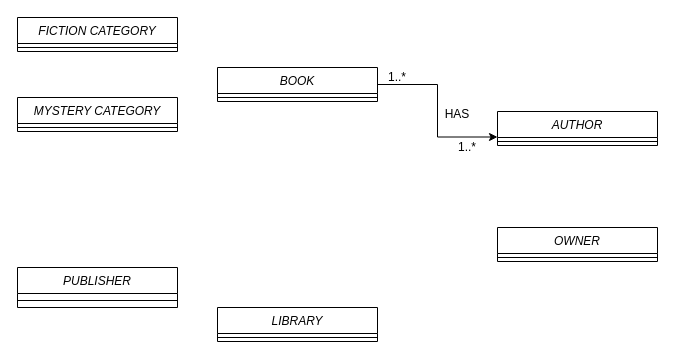
TanCheeHon/Week2ClassDiagram keeps this draw.io diagram as Week2Q3.drawio. Above is the earlier version. Source tidied: cells renumbered, new cells numbered last; positions are measured from the earlier drawing's top-left corner, leaving out a move shared by most shapes. Both pictures are drawn from the tidied source at 100%, with x=0, y=0 at pixel (17, 17).
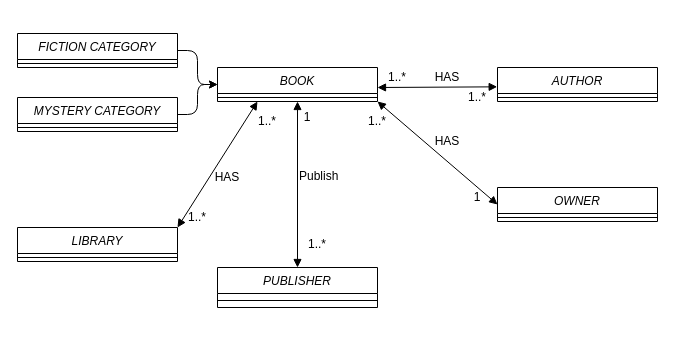
The same page after the edit.

The change refers to these unchanged cells:
```xml
<mxCell id="7" value="MYSTERY CATEGORY" style="swimlane;fontStyle=2;align=center;verticalAlign=top;horizontal=1;startSize=26;rounded=0;shadow=0;strokeWidth=1;" parent="1" vertex="1">
  <mxGeometry y="80" width="160" height="34" as="geometry" />
</mxCell>
```

Diff of the diagram source:
```diff
@@
-    <mxCell id="2" style="edgeStyle=orthogonalEdgeStyle;rounded=0;jettySize=auto;html=1;exitX=1;exitY=0.5;exitDx=0;exitDy=0;entryX=0;entryY=0.75;entryDx=0;entryDy=0;targetPerimeterSpacing=0;" parent="1" edge="1" source="3" target="9">
-      <mxGeometry relative="1" as="geometry" />
-    </mxCell>
-    <mxCell id="3" value="BOOK" style="swimlane;fontStyle=2;align=center;verticalAlign=top;horizontal=1;startSize=26;rounded=0;shadow=0;strokeWidth=1;" parent="1" vertex="1">
-      <mxGeometry x="200" y="50" width="160" height="34" as="geometry" />
-    </mxCell>
-    <mxCell id="4" style="line;html=1;strokeWidth=1;align=left;verticalAlign=middle;spacingTop=-1;spacingLeft=3;spacingRight=3;labelPosition=right;" parent="3" vertex="1">
-      <mxGeometry y="26" width="160" height="8" as="geometry" />
-    </mxCell>
-    <mxCell id="5" value="FICTION CATEGORY" style="swimlane;fontStyle=2;align=center;verticalAlign=top;horizontal=1;startSize=26;rounded=0;shadow=0;strokeWidth=1;" parent="1" vertex="1">
-      <mxGeometry width="160" height="34" as="geometry" />
-    </mxCell>
-    <mxCell id="6" style="line;html=1;strokeWidth=1;align=left;verticalAlign=middle;spacingTop=-1;spacingLeft=3;spacingRight=3;labelPosition=right;" parent="5" vertex="1">
-      <mxGeometry y="26" width="160" height="8" as="geometry" />
-    </mxCell>
+    <mxCell id="20" style="edgeStyle=orthogonalEdgeStyle;rounded=1;jettySize=auto;html=1;entryX=0;entryY=0.5;entryDx=0;entryDy=0;" parent="1" edge="1" source="5" target="3">
+      <mxGeometry relative="1" as="geometry" />
+    </mxCell>
+    <mxCell id="21" style="edgeStyle=orthogonalEdgeStyle;rounded=1;jettySize=auto;html=1;entryX=0;entryY=0.5;entryDx=0;entryDy=0;" parent="1" edge="1" source="7" target="3">
+      <mxGeometry relative="1" as="geometry" />
+    </mxCell>
@@
     <mxCell id="9" value="AUTHOR" style="swimlane;fontStyle=2;align=center;verticalAlign=top;horizontal=1;startSize=26;rounded=0;shadow=0;strokeWidth=1;" parent="1" vertex="1">
-      <mxGeometry x="480" y="94" width="160" height="34" as="geometry" />
+      <mxGeometry x="480" y="50" width="160" height="34" as="geometry" />
     </mxCell>
@@
+    <mxCell id="17" value="HAS" style="text;html=1;strokeColor=none;fillColor=none;align=center;verticalAlign=middle;whiteSpace=wrap;rounded=0;" parent="1" vertex="1">
+      <mxGeometry x="410" y="50" width="40" height="20" as="geometry" />
+    </mxCell>
+    <mxCell id="18" value="1..*" style="text;html=1;strokeColor=none;fillColor=none;align=center;verticalAlign=middle;whiteSpace=wrap;rounded=0;" parent="1" vertex="1">
+      <mxGeometry x="440" y="70" width="40" height="20" as="geometry" />
+    </mxCell>
+    <mxCell id="19" value="1..*" style="text;html=1;strokeColor=none;fillColor=none;align=center;verticalAlign=middle;whiteSpace=wrap;rounded=0;" parent="1" vertex="1">
+      <mxGeometry x="360" y="50" width="40" height="20" as="geometry" />
+    </mxCell>
+    <mxCell id="22" style="endArrow=block;startArrow=block;endFill=1;startFill=1;html=1;exitX=0;exitY=1;exitDx=0;exitDy=0;entryX=-0.002;entryY=0.569;entryDx=0;entryDy=0;entryPerimeter=0;" parent="1" edge="1" source="19" target="9">
+      <mxGeometry relative="1" as="geometry" />
+    </mxCell>
     <mxCell id="11" value="OWNER" style="swimlane;fontStyle=2;align=center;verticalAlign=top;horizontal=1;startSize=26;rounded=0;shadow=0;strokeWidth=1;" parent="1" vertex="1">
-      <mxGeometry x="480" y="210" width="160" height="34" as="geometry" />
+      <mxGeometry x="480" y="170" width="160" height="34" as="geometry" />
     </mxCell>
@@
+    <mxCell id="23" style="endArrow=block;startArrow=block;endFill=1;startFill=1;html=1;entryX=0;entryY=0.5;entryDx=0;entryDy=0;exitX=1;exitY=1;exitDx=0;exitDy=0;" parent="1" edge="1" source="3" target="11">
+      <mxGeometry relative="1" as="geometry" />
+    </mxCell>
+    <mxCell id="3" value="BOOK" style="swimlane;fontStyle=2;align=center;verticalAlign=top;horizontal=1;startSize=26;rounded=0;shadow=0;strokeWidth=1;" parent="1" vertex="1">
+      <mxGeometry x="200" y="50" width="160" height="34" as="geometry" />
+    </mxCell>
+    <mxCell id="4" style="line;html=1;strokeWidth=1;align=left;verticalAlign=middle;spacingTop=-1;spacingLeft=3;spacingRight=3;labelPosition=right;" parent="3" vertex="1">
+      <mxGeometry y="26" width="160" height="8" as="geometry" />
+    </mxCell>
+    <mxCell id="24" value="HAS" style="text;html=1;strokeColor=none;fillColor=none;align=center;verticalAlign=middle;whiteSpace=wrap;rounded=0;" parent="1" vertex="1">
+      <mxGeometry x="410" y="114" width="40" height="20" as="geometry" />
+    </mxCell>
+    <mxCell id="25" value="1..*" style="text;html=1;strokeColor=none;fillColor=none;align=center;verticalAlign=middle;whiteSpace=wrap;rounded=0;" parent="1" vertex="1">
+      <mxGeometry x="340" y="94" width="40" height="20" as="geometry" />
+    </mxCell>
+    <mxCell id="26" value="1" style="text;html=1;strokeColor=none;fillColor=none;align=center;verticalAlign=middle;whiteSpace=wrap;rounded=0;" parent="1" vertex="1">
+      <mxGeometry x="440" y="170" width="40" height="20" as="geometry" />
+    </mxCell>
     <mxCell id="13" value="PUBLISHER" style="swimlane;fontStyle=2;align=center;verticalAlign=top;horizontal=1;startSize=26;rounded=0;shadow=0;strokeWidth=1;" parent="1" vertex="1">
-      <mxGeometry y="250" width="160" height="40" as="geometry" />
+      <mxGeometry x="200" y="250" width="160" height="40" as="geometry" />
     </mxCell>
@@
     <mxCell id="15" value="LIBRARY" style="swimlane;fontStyle=2;align=center;verticalAlign=top;horizontal=1;startSize=26;rounded=0;shadow=0;strokeWidth=1;" parent="1" vertex="1">
-      <mxGeometry x="200" y="290" width="160" height="34" as="geometry" />
+      <mxGeometry y="210" width="160" height="34" as="geometry" />
     </mxCell>
@@
-    <mxCell id="17" value="HAS" style="text;html=1;strokeColor=none;fillColor=none;align=center;verticalAlign=middle;whiteSpace=wrap;rounded=0;" parent="1" vertex="1">
-      <mxGeometry x="420" y="87" width="40" height="20" as="geometry" />
-    </mxCell>
-    <mxCell id="18" value="1..*" style="text;html=1;strokeColor=none;fillColor=none;align=center;verticalAlign=middle;whiteSpace=wrap;rounded=0;" parent="1" vertex="1">
-      <mxGeometry x="430" y="120" width="40" height="20" as="geometry" />
-    </mxCell>
-    <mxCell id="19" value="1..*" style="text;html=1;strokeColor=none;fillColor=none;align=center;verticalAlign=middle;whiteSpace=wrap;rounded=0;" parent="1" vertex="1">
-      <mxGeometry x="360" y="50" width="40" height="20" as="geometry" />
-    </mxCell>
+    <mxCell id="27" style="endArrow=block;startArrow=block;endFill=1;startFill=1;html=1;entryX=0.25;entryY=1;entryDx=0;entryDy=0;exitX=1;exitY=0;exitDx=0;exitDy=0;" parent="1" edge="1" source="15" target="3">
+      <mxGeometry relative="1" as="geometry" />
+    </mxCell>
+    <mxCell id="28" value="HAS" style="text;html=1;strokeColor=none;fillColor=none;align=center;verticalAlign=middle;whiteSpace=wrap;rounded=0;" parent="1" vertex="1">
+      <mxGeometry x="190" y="150" width="40" height="20" as="geometry" />
+    </mxCell>
+    <mxCell id="29" value="1..*" style="text;html=1;strokeColor=none;fillColor=none;align=center;verticalAlign=middle;whiteSpace=wrap;rounded=0;" parent="1" vertex="1">
+      <mxGeometry x="230" y="94" width="40" height="20" as="geometry" />
+    </mxCell>
+    <mxCell id="30" value="1..*" style="text;html=1;strokeColor=none;fillColor=none;align=center;verticalAlign=middle;whiteSpace=wrap;rounded=0;" parent="1" vertex="1">
+      <mxGeometry x="160" y="190" width="40" height="20" as="geometry" />
+    </mxCell>
+    <mxCell id="31" style="endArrow=block;startArrow=block;endFill=1;startFill=1;html=1;entryX=0.5;entryY=1;entryDx=0;entryDy=0;" parent="1" edge="1" source="13" target="3">
+      <mxGeometry relative="1" as="geometry" />
+    </mxCell>
+    <mxCell id="32" value="&lt;div style=&quot;text-align: center&quot;&gt;&lt;span&gt;&lt;font face=&quot;helvetica&quot;&gt;Publish&lt;/font&gt;&lt;/span&gt;&lt;/div&gt;" style="text;whiteSpace=wrap;html=1;" parent="1" vertex="1">
+      <mxGeometry x="280" y="145" width="50" height="30" as="geometry" />
+    </mxCell>
+    <mxCell id="33" value="1..*" style="text;html=1;strokeColor=none;fillColor=none;align=center;verticalAlign=middle;whiteSpace=wrap;rounded=0;" parent="1" vertex="1">
+      <mxGeometry x="280" y="217" width="40" height="20" as="geometry" />
+    </mxCell>
+    <mxCell id="34" value="1" style="text;html=1;strokeColor=none;fillColor=none;align=center;verticalAlign=middle;whiteSpace=wrap;rounded=0;" parent="1" vertex="1">
+      <mxGeometry x="270" y="90" width="40" height="20" as="geometry" />
+    </mxCell>
+    <mxCell id="5" value="FICTION CATEGORY" style="swimlane;fontStyle=2;align=center;verticalAlign=top;horizontal=1;startSize=26;rounded=0;shadow=0;strokeWidth=1;" parent="1" vertex="1">
+      <mxGeometry y="16" width="160" height="34" as="geometry" />
+    </mxCell>
+    <mxCell id="6" style="line;html=1;strokeWidth=1;align=left;verticalAlign=middle;spacingTop=-1;spacingLeft=3;spacingRight=3;labelPosition=right;" parent="5" vertex="1">
+      <mxGeometry y="26" width="160" height="8" as="geometry" />
+    </mxCell>
```
